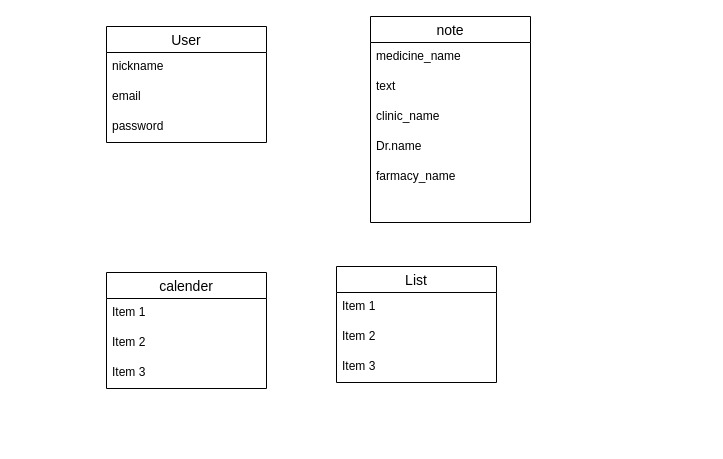
Before: データベース.dio in Mshu72/medicine_note, a draw.io diagram. Source tidied: cells renumbered, new cells numbered last; positions are measured from the earlier drawing's top-left corner, leaving out a move shared by most shapes. Both pictures are drawn from the tidied source at 100%, with x=0, y=0 at pixel (106, 16).
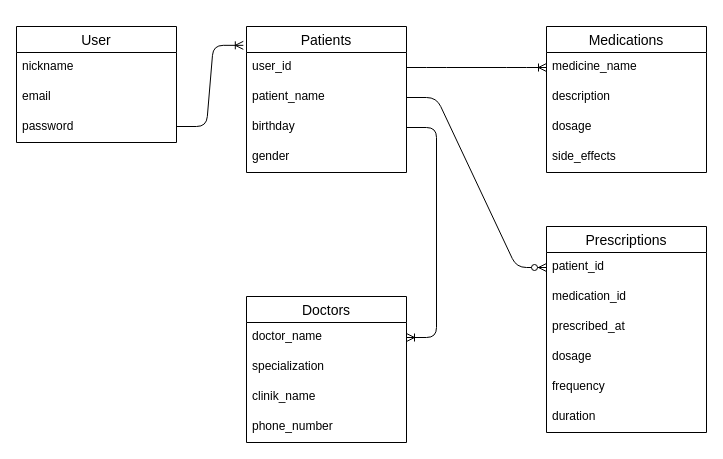
The same page after the edit.

Unchanged cells that the change refers to:
```xml
<mxCell id="15" value="medicine_name" style="text;strokeColor=none;fillColor=none;spacingLeft=4;spacingRight=4;overflow=hidden;points=[[0,0.5],[1,0.5]];portConstraint=eastwest;fontSize=12;" parent="14" vertex="1">
  <mxGeometry y="26" width="160" height="30" as="geometry" />
</mxCell>
```

Change to the diagram source:
```diff
@@
     <mxCell id="2" value="User" style="swimlane;fontStyle=0;horizontal=1;startSize=26;align=center;fontSize=14;" parent="1" vertex="1">
-      <mxGeometry y="10" width="160" height="116" as="geometry" />
+      <mxGeometry x="-90" y="10" width="160" height="116" as="geometry" />
     </mxCell>
@@
-    <mxCell id="6" value="List" style="swimlane;fontStyle=0;horizontal=1;startSize=26;align=center;fontSize=14;" parent="1" vertex="1">
-      <mxGeometry x="230" y="250" width="160" height="116" as="geometry" />
+    <mxCell id="6" value="Prescriptions" style="swimlane;fontStyle=0;horizontal=1;startSize=26;align=center;fontSize=14;" parent="1" vertex="1">
+      <mxGeometry x="440" y="210" width="160" height="206" as="geometry" />
     </mxCell>
-    <mxCell id="7" value="Item 1" style="text;strokeColor=none;fillColor=none;spacingLeft=4;spacingRight=4;overflow=hidden;points=[[0,0.5],[1,0.5]];portConstraint=eastwest;fontSize=12;" parent="6" vertex="1">
+    <mxCell id="7" value="patient_id" style="text;strokeColor=none;fillColor=none;spacingLeft=4;spacingRight=4;overflow=hidden;points=[[0,0.5],[1,0.5]];portConstraint=eastwest;fontSize=12;" parent="6" vertex="1">
       <mxGeometry y="26" width="160" height="30" as="geometry" />
     </mxCell>
-    <mxCell id="8" value="Item 2" style="text;strokeColor=none;fillColor=none;spacingLeft=4;spacingRight=4;overflow=hidden;fontSize=12;" parent="6" vertex="1">
+    <mxCell id="8" value="medication_id" style="text;strokeColor=none;fillColor=none;spacingLeft=4;spacingRight=4;overflow=hidden;fontSize=12;" parent="6" vertex="1">
       <mxGeometry y="56" width="160" height="30" as="geometry" />
     </mxCell>
-    <mxCell id="9" value="Item 3" style="text;strokeColor=none;fillColor=none;spacingLeft=4;spacingRight=4;overflow=hidden;fontSize=12;" parent="6" vertex="1">
+    <mxCell id="9" value="prescribed_at" style="text;strokeColor=none;fillColor=none;spacingLeft=4;spacingRight=4;overflow=hidden;fontSize=12;" parent="6" vertex="1">
       <mxGeometry y="86" width="160" height="30" as="geometry" />
     </mxCell>
+    <mxCell id="21" value="dosage&#10;&#10;" style="text;strokeColor=none;fillColor=none;spacingLeft=4;spacingRight=4;overflow=hidden;fontSize=12;" parent="6" vertex="1">
+      <mxGeometry y="116" width="160" height="30" as="geometry" />
+    </mxCell>
+    <mxCell id="22" value="frequency" style="text;strokeColor=none;fillColor=none;spacingLeft=4;spacingRight=4;overflow=hidden;fontSize=12;" parent="6" vertex="1">
+      <mxGeometry y="146" width="160" height="30" as="geometry" />
+    </mxCell>
+    <mxCell id="23" value="duration" style="text;strokeColor=none;fillColor=none;spacingLeft=4;spacingRight=4;overflow=hidden;fontSize=12;" parent="6" vertex="1">
+      <mxGeometry y="176" width="160" height="30" as="geometry" />
+    </mxCell>
-    <mxCell id="10" value="calender" style="swimlane;fontStyle=0;horizontal=1;startSize=26;align=center;fontSize=14;" parent="1" vertex="1">
-      <mxGeometry y="256" width="160" height="116" as="geometry" />
+    <mxCell id="10" value="Patients" style="swimlane;fontStyle=0;horizontal=1;startSize=26;align=center;fontSize=14;" parent="1" vertex="1">
+      <mxGeometry x="140" y="10" width="160" height="146" as="geometry" />
     </mxCell>
-    <mxCell id="11" value="Item 1" style="text;strokeColor=none;fillColor=none;spacingLeft=4;spacingRight=4;overflow=hidden;points=[[0,0.5],[1,0.5]];portConstraint=eastwest;fontSize=12;" parent="10" vertex="1">
+    <mxCell id="11" value="user_id" style="text;strokeColor=none;fillColor=none;spacingLeft=4;spacingRight=4;overflow=hidden;points=[[0,0.5],[1,0.5]];portConstraint=eastwest;fontSize=12;" parent="10" vertex="1">
       <mxGeometry y="26" width="160" height="30" as="geometry" />
     </mxCell>
-    <mxCell id="12" value="Item 2" style="text;strokeColor=none;fillColor=none;spacingLeft=4;spacingRight=4;overflow=hidden;points=[[0,0.5],[1,0.5]];portConstraint=eastwest;fontSize=12;" parent="10" vertex="1">
+    <mxCell id="12" value="patient_name" style="text;strokeColor=none;fillColor=none;spacingLeft=4;spacingRight=4;overflow=hidden;points=[[0,0.5],[1,0.5]];portConstraint=eastwest;fontSize=12;" parent="10" vertex="1">
       <mxGeometry y="56" width="160" height="30" as="geometry" />
     </mxCell>
-    <mxCell id="13" value="Item 3" style="text;strokeColor=none;fillColor=none;spacingLeft=4;spacingRight=4;overflow=hidden;points=[[0,0.5],[1,0.5]];portConstraint=eastwest;fontSize=12;" parent="10" vertex="1">
+    <mxCell id="13" value="birthday" style="text;strokeColor=none;fillColor=none;spacingLeft=4;spacingRight=4;overflow=hidden;points=[[0,0.5],[1,0.5]];portConstraint=eastwest;fontSize=12;" parent="10" vertex="1">
       <mxGeometry y="86" width="160" height="30" as="geometry" />
     </mxCell>
+    <mxCell id="24" value="gender" style="text;strokeColor=none;fillColor=none;spacingLeft=4;spacingRight=4;overflow=hidden;fontSize=12;" parent="10" vertex="1">
+      <mxGeometry y="116" width="160" height="30" as="geometry" />
+    </mxCell>
-    <mxCell id="14" value="note" style="swimlane;fontStyle=0;horizontal=1;startSize=26;align=center;fontSize=14;" parent="1" vertex="1">
-      <mxGeometry x="264" width="160" height="206" as="geometry" />
+    <mxCell id="14" value="Medications" style="swimlane;fontStyle=0;horizontal=1;startSize=26;align=center;fontSize=14;" parent="1" vertex="1">
+      <mxGeometry x="440" y="10" width="160" height="146" as="geometry" />
     </mxCell>
@@
-    <mxCell id="16" value="text" style="text;strokeColor=none;fillColor=none;spacingLeft=4;spacingRight=4;overflow=hidden;fontSize=12;" parent="14" vertex="1">
-      <mxGeometry y="56" width="160" height="30" as="geometry" />
-    </mxCell>
+    <mxCell id="20" value="description" style="text;strokeColor=none;fillColor=none;spacingLeft=4;spacingRight=4;overflow=hidden;fontSize=12;" parent="14" vertex="1">
+      <mxGeometry y="56" width="160" height="30" as="geometry" />
+    </mxCell>
-    <mxCell id="17" value="clinic_name" style="text;strokeColor=none;fillColor=none;spacingLeft=4;spacingRight=4;overflow=hidden;fontSize=12;" parent="14" vertex="1">
+    <mxCell id="17" value="dosage" style="text;strokeColor=none;fillColor=none;spacingLeft=4;spacingRight=4;overflow=hidden;fontSize=12;" parent="14" vertex="1">
       <mxGeometry y="86" width="160" height="30" as="geometry" />
     </mxCell>
-    <mxCell id="18" value="Dr.name" style="text;strokeColor=none;fillColor=none;spacingLeft=4;spacingRight=4;overflow=hidden;fontSize=12;" parent="14" vertex="1">
+    <mxCell id="18" value="side_effects" style="text;strokeColor=none;fillColor=none;spacingLeft=4;spacingRight=4;overflow=hidden;fontSize=12;" parent="14" vertex="1">
       <mxGeometry y="116" width="160" height="30" as="geometry" />
     </mxCell>
-    <mxCell id="19" value="farmacy_name" style="text;strokeColor=none;fillColor=none;spacingLeft=4;spacingRight=4;overflow=hidden;fontSize=12;" parent="14" vertex="1">
-      <mxGeometry y="146" width="160" height="30" as="geometry" />
-    </mxCell>
-    <mxCell id="20" style="text;strokeColor=none;fillColor=none;spacingLeft=4;spacingRight=4;overflow=hidden;fontSize=12;" parent="14" vertex="1">
-      <mxGeometry y="176" width="160" height="30" as="geometry" />
-    </mxCell>
+    <mxCell id="25" value="Doctors" style="swimlane;fontStyle=0;horizontal=1;startSize=26;align=center;fontSize=14;" parent="1" vertex="1">
+      <mxGeometry x="140" y="280" width="160" height="146" as="geometry" />
+    </mxCell>
+    <mxCell id="26" value="doctor_name" style="text;strokeColor=none;fillColor=none;spacingLeft=4;spacingRight=4;overflow=hidden;points=[[0,0.5],[1,0.5]];portConstraint=eastwest;fontSize=12;" parent="25" vertex="1">
+      <mxGeometry y="26" width="160" height="30" as="geometry" />
+    </mxCell>
+    <mxCell id="27" value="specialization" style="text;strokeColor=none;fillColor=none;spacingLeft=4;spacingRight=4;overflow=hidden;fontSize=12;" parent="25" vertex="1">
+      <mxGeometry y="56" width="160" height="30" as="geometry" />
+    </mxCell>
+    <mxCell id="28" value="clinik_name" style="text;strokeColor=none;fillColor=none;spacingLeft=4;spacingRight=4;overflow=hidden;fontSize=12;" parent="25" vertex="1">
+      <mxGeometry y="86" width="160" height="30" as="geometry" />
+    </mxCell>
+    <mxCell id="29" value="phone_number" style="text;strokeColor=none;fillColor=none;spacingLeft=4;spacingRight=4;overflow=hidden;fontSize=12;" parent="25" vertex="1">
+      <mxGeometry y="116" width="160" height="30" as="geometry" />
+    </mxCell>
+    <mxCell id="30" style="edgeStyle=entityRelationEdgeStyle;fontSize=12;html=1;endArrow=ERoneToMany;entryX=-0.02;entryY=0.129;entryDx=0;entryDy=0;entryPerimeter=0;" parent="1" edge="1" target="10">
+      <mxGeometry relative="1" as="geometry">
+        <mxPoint x="70" y="110" as="sourcePoint" />
+      </mxGeometry>
+    </mxCell>
+    <mxCell id="31" style="edgeStyle=entityRelationEdgeStyle;fontSize=12;html=1;endArrow=ERoneToMany;entryX=0;entryY=0.5;entryDx=0;entryDy=0;exitX=1;exitY=0.5;exitDx=0;exitDy=0;" parent="1" edge="1" source="11" target="15">
+      <mxGeometry relative="1" as="geometry" />
+    </mxCell>
+    <mxCell id="32" style="edgeStyle=entityRelationEdgeStyle;fontSize=12;html=1;endArrow=ERzeroToMany;endFill=1;exitX=1;exitY=0.5;exitDx=0;exitDy=0;entryX=0;entryY=0.5;entryDx=0;entryDy=0;" parent="1" edge="1" source="12" target="7">
+      <mxGeometry relative="1" as="geometry" />
+    </mxCell>
+    <mxCell id="33" style="edgeStyle=entityRelationEdgeStyle;fontSize=12;html=1;endArrow=ERoneToMany;exitX=1;exitY=0.5;exitDx=0;exitDy=0;" parent="1" edge="1" source="13" target="26">
+      <mxGeometry relative="1" as="geometry" />
+    </mxCell>
```
